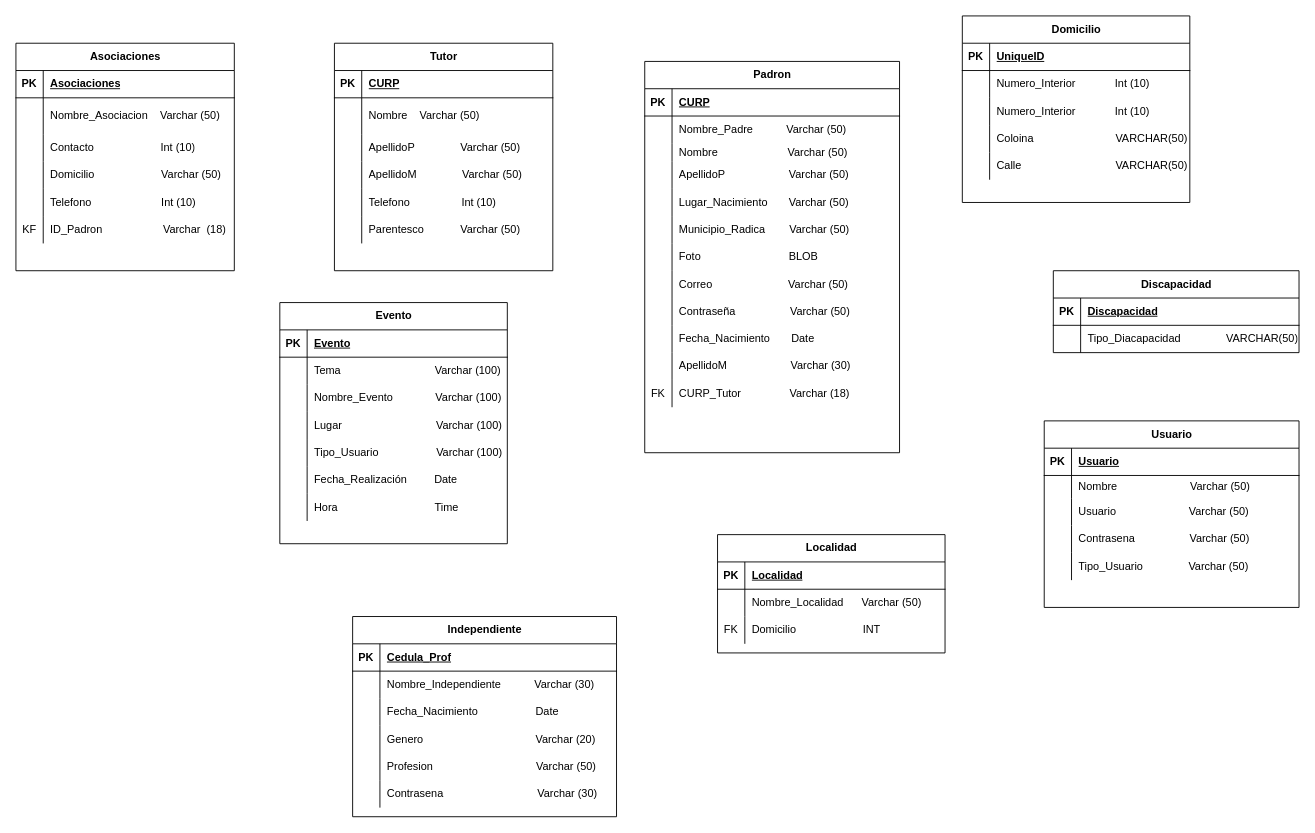
This is Relacional.drawio from OSCARCH2002/diagramas, a draw.io file, before an edit. Source tidied: cells renumbered, new cells numbered last; positions are measured from the earlier drawing's top-left corner, leaving out a move shared by most shapes. Both pictures are drawn from the tidied source at 91%, with x=0, y=0 at pixel (15, 15).
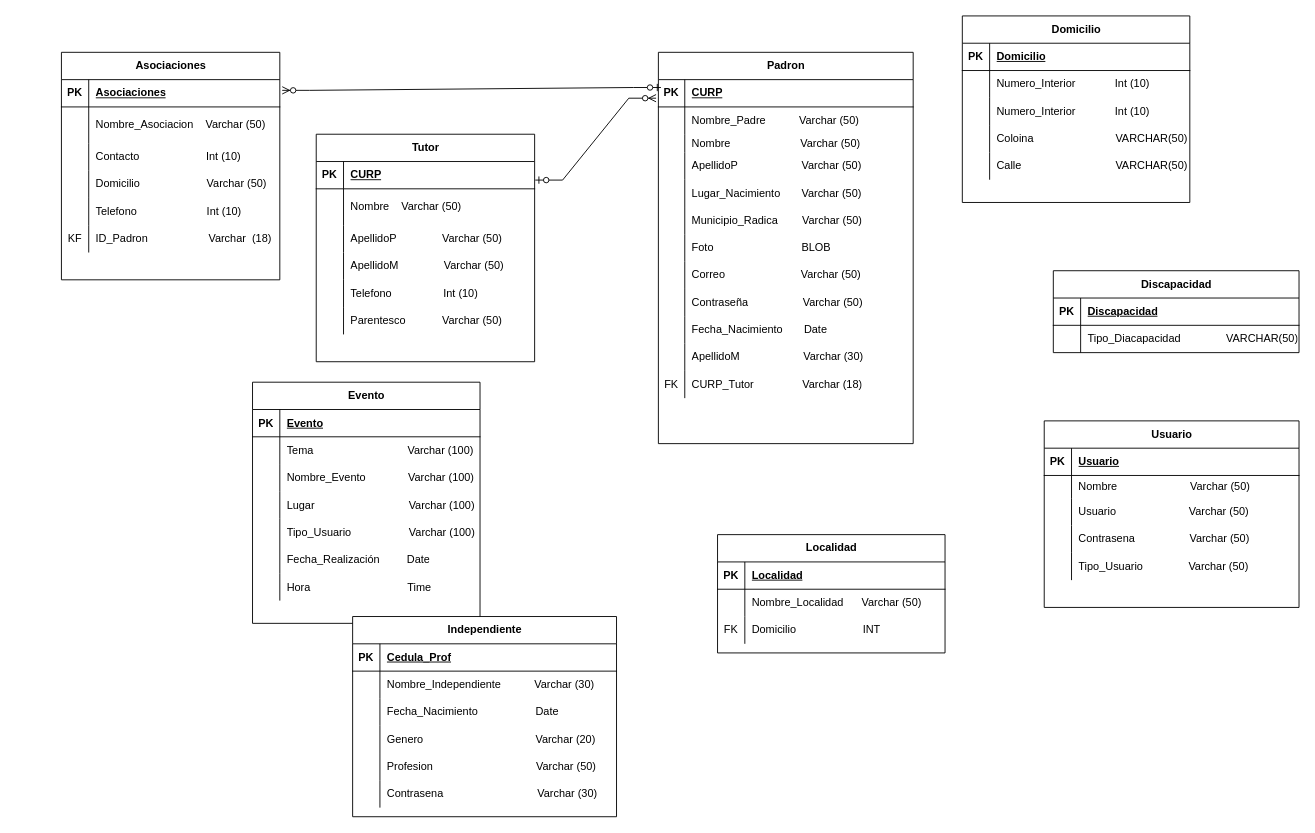
The same diagram, later.

The change refers to these unchanged cells:
```xml
<mxCell id="3" style="shape=tableRow;horizontal=0;startSize=0;swimlaneHead=0;swimlaneBody=0;fillColor=none;points=[[0,0.5],[1,0.5]];portConstraint=eastwest;top=0;left=0;right=0;bottom=1;" parent="2" vertex="1">
  <mxGeometry y="30" width="240" height="30" as="geometry" />
</mxCell>
<mxCell id="22" style="shape=tableRow;horizontal=0;startSize=0;swimlaneHead=0;swimlaneBody=0;fillColor=none;points=[[0,0.5],[1,0.5]];portConstraint=eastwest;top=0;left=0;right=0;bottom=1;" parent="21" vertex="1">
  <mxGeometry y="30" width="280" height="30" as="geometry" />
</mxCell>
<mxCell id="25" style="shape=tableRow;horizontal=0;startSize=0;swimlaneHead=0;swimlaneBody=0;fillColor=none;top=0;left=0;right=0;bottom=0;" parent="21" vertex="1">
  <mxGeometry y="60" width="280" height="30" as="geometry" />
</mxCell>
<mxCell id="28" style="shape=tableRow;horizontal=0;startSize=0;swimlaneHead=0;swimlaneBody=0;fillColor=none;top=0;left=0;right=0;bottom=0;" parent="21" vertex="1">
  <mxGeometry y="90" width="280" height="20" as="geometry" />
</mxCell>
<mxCell id="31" style="shape=tableRow;horizontal=0;startSize=0;swimlaneHead=0;swimlaneBody=0;fillColor=none;top=0;left=0;right=0;bottom=0;" parent="21" vertex="1">
  <mxGeometry y="110" width="280" height="30" as="geometry" />
</mxCell>
<mxCell id="34" style="shape=tableRow;horizontal=0;startSize=0;swimlaneHead=0;swimlaneBody=0;fillColor=none;top=0;left=0;right=0;bottom=0;" parent="21" vertex="1">
  <mxGeometry y="140" width="280" height="30" as="geometry" />
</mxCell>
<mxCell id="37" style="shape=tableRow;horizontal=0;startSize=0;swimlaneHead=0;swimlaneBody=0;fillColor=none;top=0;left=0;right=0;bottom=0;" parent="21" vertex="1">
  <mxGeometry y="170" width="280" height="30" as="geometry" />
</mxCell>
<mxCell id="40" style="shape=tableRow;horizontal=0;startSize=0;swimlaneHead=0;swimlaneBody=0;fillColor=none;top=0;left=0;right=0;bottom=0;" parent="21" vertex="1">
  <mxGeometry y="200" width="280" height="30" as="geometry" />
</mxCell>
<mxCell id="43" style="shape=tableRow;horizontal=0;startSize=0;swimlaneHead=0;swimlaneBody=0;fillColor=none;top=0;left=0;right=0;bottom=0;" parent="21" vertex="1">
  <mxGeometry y="230" width="280" height="30" as="geometry" />
</mxCell>
<mxCell id="46" style="shape=tableRow;horizontal=0;startSize=0;swimlaneHead=0;swimlaneBody=0;fillColor=none;top=0;left=0;right=0;bottom=0;" parent="21" vertex="1">
  <mxGeometry y="260" width="280" height="30" as="geometry" />
</mxCell>
<mxCell id="49" style="shape=tableRow;horizontal=0;startSize=0;swimlaneHead=0;swimlaneBody=0;fillColor=none;top=0;left=0;right=0;bottom=0;" parent="21" vertex="1">
  <mxGeometry y="290" width="280" height="30" as="geometry" />
</mxCell>
<mxCell id="52" style="shape=tableRow;horizontal=0;startSize=0;swimlaneHead=0;swimlaneBody=0;fillColor=none;top=0;left=0;right=0;bottom=0;" parent="21" vertex="1">
  <mxGeometry y="320" width="280" height="30" as="geometry" />
</mxCell>
<mxCell id="55" style="shape=tableRow;horizontal=0;startSize=0;swimlaneHead=0;swimlaneBody=0;fillColor=none;top=0;left=0;right=0;bottom=0;" parent="21" vertex="1">
  <mxGeometry y="350" width="280" height="30" as="geometry" />
</mxCell>
<mxCell id="67" style="shape=tableRow;horizontal=0;startSize=0;swimlaneHead=0;swimlaneBody=0;fillColor=none;top=0;left=0;right=0;bottom=1;" parent="66" vertex="1">
  <mxGeometry y="30" width="250" height="30" as="geometry" />
</mxCell>
<mxCell id="159" style="shape=tableRow;horizontal=0;startSize=0;swimlaneHead=0;swimlaneBody=0;fillColor=none;points=[[0,0.5],[1,0.5]];portConstraint=eastwest;top=0;left=0;right=0;bottom=1;" parent="158" vertex="1">
  <mxGeometry y="30" width="240" height="30" as="geometry" />
</mxCell>
```

What changed in the source:
```diff
@@
     <mxCell id="2" value="Asociaciones" style="shape=table;startSize=30;childLayout=tableLayout;rowLines=0;fontStyle=1;align=center;html=1;" parent="1" vertex="1">
-      <mxGeometry y="30" width="240" height="250" as="geometry" />
+      <mxGeometry x="50" y="40" width="240" height="250" as="geometry" />
     </mxCell>
@@
     <mxCell id="21" value="Padron" style="shape=table;startSize=30;childLayout=tableLayout;rowLines=0;fontStyle=1;align=center;html=1;" parent="1" vertex="1">
-      <mxGeometry x="691" y="50" width="280" height="430" as="geometry" />
+      <mxGeometry x="706" y="40" width="280" height="430" as="geometry" />
     </mxCell>
@@
     <mxCell id="23" value="PK" style="shape=partialRectangle;fillColor=none;top=0;left=0;bottom=0;right=0;fontStyle=1;overflow=hidden;whiteSpace=wrap;html=1;" parent="22" vertex="1">
-      <mxGeometry width="30" height="30" as="geometry" />
+      <mxGeometry width="29" height="30" as="geometry" />
     </mxCell>
     <mxCell id="24" value="CURP" style="shape=partialRectangle;fillColor=none;top=0;left=0;bottom=0;right=0;align=left;spacingLeft=6;fontStyle=5;overflow=hidden;whiteSpace=wrap;html=1;" parent="22" vertex="1">
-      <mxGeometry x="30" width="250" height="30" as="geometry" />
+      <mxGeometry x="29" width="251" height="30" as="geometry" />
     </mxCell>
@@
     <mxCell id="26" style="shape=partialRectangle;fillColor=none;top=0;left=0;bottom=0;right=0;overflow=hidden;whiteSpace=wrap;html=1;" parent="25" vertex="1">
-      <mxGeometry width="30" height="30" as="geometry" />
+      <mxGeometry width="29" height="30" as="geometry" />
     </mxCell>
     <mxCell id="27" value="Nombre_Padre&amp;nbsp; &amp;nbsp; &amp;nbsp; &amp;nbsp; &amp;nbsp; &amp;nbsp;Varchar (50)" style="shape=partialRectangle;fillColor=none;top=0;left=0;bottom=0;right=0;align=left;spacingLeft=6;overflow=hidden;whiteSpace=wrap;html=1;" parent="25" vertex="1">
-      <mxGeometry x="30" width="250" height="30" as="geometry" />
+      <mxGeometry x="29" width="251" height="30" as="geometry" />
     </mxCell>
@@
     <mxCell id="29" style="shape=partialRectangle;fillColor=none;top=0;left=0;bottom=0;right=0;overflow=hidden;whiteSpace=wrap;html=1;" parent="28" vertex="1">
-      <mxGeometry width="30" height="20" as="geometry" />
+      <mxGeometry width="29" height="20" as="geometry" />
     </mxCell>
     <mxCell id="30" value="Nombre&amp;nbsp; &amp;nbsp; &amp;nbsp; &amp;nbsp; &amp;nbsp; &amp;nbsp; &amp;nbsp; &amp;nbsp; &amp;nbsp; &amp;nbsp; &amp;nbsp; &amp;nbsp;Varchar (50)" style="shape=partialRectangle;fillColor=none;top=0;left=0;bottom=0;right=0;align=left;spacingLeft=6;overflow=hidden;whiteSpace=wrap;html=1;" parent="28" vertex="1">
-      <mxGeometry x="30" width="250" height="20" as="geometry" />
+      <mxGeometry x="29" width="251" height="20" as="geometry" />
     </mxCell>
@@
     <mxCell id="32" style="shape=partialRectangle;fillColor=none;top=0;left=0;bottom=0;right=0;overflow=hidden;whiteSpace=wrap;html=1;" parent="31" vertex="1">
-      <mxGeometry width="30" height="30" as="geometry" />
+      <mxGeometry width="29" height="30" as="geometry" />
     </mxCell>
     <mxCell id="33" value="ApellidoP&amp;nbsp; &amp;nbsp; &amp;nbsp; &amp;nbsp; &amp;nbsp; &amp;nbsp; &amp;nbsp; &amp;nbsp; &amp;nbsp; &amp;nbsp; &amp;nbsp;Varchar (50)" style="shape=partialRectangle;fillColor=none;top=0;left=0;bottom=0;right=0;align=left;spacingLeft=6;overflow=hidden;whiteSpace=wrap;html=1;" parent="31" vertex="1">
-      <mxGeometry x="30" width="250" height="30" as="geometry" />
+      <mxGeometry x="29" width="251" height="30" as="geometry" />
     </mxCell>
@@
     <mxCell id="35" style="shape=partialRectangle;fillColor=none;top=0;left=0;bottom=0;right=0;overflow=hidden;whiteSpace=wrap;html=1;" parent="34" vertex="1">
-      <mxGeometry width="30" height="30" as="geometry" />
+      <mxGeometry width="29" height="30" as="geometry" />
     </mxCell>
     <mxCell id="36" value="Lugar_Nacimiento&amp;nbsp; &amp;nbsp; &amp;nbsp; &amp;nbsp;Varchar (50)" style="shape=partialRectangle;fillColor=none;top=0;left=0;bottom=0;right=0;align=left;spacingLeft=6;overflow=hidden;whiteSpace=wrap;html=1;" parent="34" vertex="1">
-      <mxGeometry x="30" width="250" height="30" as="geometry" />
+      <mxGeometry x="29" width="251" height="30" as="geometry" />
     </mxCell>
@@
     <mxCell id="38" style="shape=partialRectangle;fillColor=none;top=0;left=0;bottom=0;right=0;overflow=hidden;whiteSpace=wrap;html=1;" parent="37" vertex="1">
-      <mxGeometry width="30" height="30" as="geometry" />
+      <mxGeometry width="29" height="30" as="geometry" />
     </mxCell>
     <mxCell id="39" value="Municipio_Radica&amp;nbsp; &amp;nbsp; &amp;nbsp; &amp;nbsp; Varchar (50)" style="shape=partialRectangle;fillColor=none;top=0;left=0;bottom=0;right=0;align=left;spacingLeft=6;overflow=hidden;whiteSpace=wrap;html=1;" parent="37" vertex="1">
-      <mxGeometry x="30" width="250" height="30" as="geometry" />
+      <mxGeometry x="29" width="251" height="30" as="geometry" />
     </mxCell>
@@
     <mxCell id="41" style="shape=partialRectangle;fillColor=none;top=0;left=0;bottom=0;right=0;overflow=hidden;whiteSpace=wrap;html=1;" parent="40" vertex="1">
-      <mxGeometry width="30" height="30" as="geometry" />
+      <mxGeometry width="29" height="30" as="geometry" />
     </mxCell>
     <mxCell id="42" value="Foto&amp;nbsp; &amp;nbsp; &amp;nbsp; &amp;nbsp; &amp;nbsp; &amp;nbsp; &amp;nbsp; &amp;nbsp; &amp;nbsp; &amp;nbsp; &amp;nbsp; &amp;nbsp; &amp;nbsp; &amp;nbsp; &amp;nbsp;BLOB" style="shape=partialRectangle;fillColor=none;top=0;left=0;bottom=0;right=0;align=left;spacingLeft=6;overflow=hidden;whiteSpace=wrap;html=1;" parent="40" vertex="1">
-      <mxGeometry x="30" width="250" height="30" as="geometry" />
+      <mxGeometry x="29" width="251" height="30" as="geometry" />
     </mxCell>
@@
     <mxCell id="44" style="shape=partialRectangle;fillColor=none;top=0;left=0;bottom=0;right=0;overflow=hidden;whiteSpace=wrap;html=1;" parent="43" vertex="1">
-      <mxGeometry width="30" height="30" as="geometry" />
+      <mxGeometry width="29" height="30" as="geometry" />
     </mxCell>
     <mxCell id="45" value="Correo&amp;nbsp; &amp;nbsp; &amp;nbsp; &amp;nbsp; &amp;nbsp; &amp;nbsp; &amp;nbsp; &amp;nbsp; &amp;nbsp; &amp;nbsp; &amp;nbsp; &amp;nbsp; &amp;nbsp;Varchar (50)" style="shape=partialRectangle;fillColor=none;top=0;left=0;bottom=0;right=0;align=left;spacingLeft=6;overflow=hidden;whiteSpace=wrap;html=1;" parent="43" vertex="1">
-      <mxGeometry x="30" width="250" height="30" as="geometry" />
+      <mxGeometry x="29" width="251" height="30" as="geometry" />
     </mxCell>
@@
     <mxCell id="47" style="shape=partialRectangle;fillColor=none;top=0;left=0;bottom=0;right=0;overflow=hidden;whiteSpace=wrap;html=1;" parent="46" vertex="1">
-      <mxGeometry width="30" height="30" as="geometry" />
+      <mxGeometry width="29" height="30" as="geometry" />
     </mxCell>
     <mxCell id="48" value="Contraseña&amp;nbsp; &amp;nbsp; &amp;nbsp; &amp;nbsp; &amp;nbsp; &amp;nbsp; &amp;nbsp; &amp;nbsp; &amp;nbsp; Varchar (50)" style="shape=partialRectangle;fillColor=none;top=0;left=0;bottom=0;right=0;align=left;spacingLeft=6;overflow=hidden;whiteSpace=wrap;html=1;" parent="46" vertex="1">
-      <mxGeometry x="30" width="250" height="30" as="geometry" />
+      <mxGeometry x="29" width="251" height="30" as="geometry" />
     </mxCell>
@@
     <mxCell id="50" style="shape=partialRectangle;fillColor=none;top=0;left=0;bottom=0;right=0;overflow=hidden;whiteSpace=wrap;html=1;" parent="49" vertex="1">
-      <mxGeometry width="30" height="30" as="geometry" />
+      <mxGeometry width="29" height="30" as="geometry" />
     </mxCell>
     <mxCell id="51" value="Fecha_Nacimiento&amp;nbsp; &amp;nbsp; &amp;nbsp; &amp;nbsp;Date" style="shape=partialRectangle;fillColor=none;top=0;left=0;bottom=0;right=0;align=left;spacingLeft=6;overflow=hidden;whiteSpace=wrap;html=1;" parent="49" vertex="1">
-      <mxGeometry x="30" width="250" height="30" as="geometry" />
+      <mxGeometry x="29" width="251" height="30" as="geometry" />
     </mxCell>
@@
     <mxCell id="53" style="shape=partialRectangle;fillColor=none;top=0;left=0;bottom=0;right=0;overflow=hidden;whiteSpace=wrap;html=1;" parent="52" vertex="1">
-      <mxGeometry width="30" height="30" as="geometry" />
+      <mxGeometry width="29" height="30" as="geometry" />
     </mxCell>
     <mxCell id="54" value="ApellidoM&amp;nbsp; &amp;nbsp; &amp;nbsp; &amp;nbsp; &amp;nbsp; &amp;nbsp; &amp;nbsp; &amp;nbsp; &amp;nbsp; &amp;nbsp; &amp;nbsp;Varchar (30)" style="shape=partialRectangle;fillColor=none;top=0;left=0;bottom=0;right=0;align=left;spacingLeft=6;overflow=hidden;whiteSpace=wrap;html=1;" parent="52" vertex="1">
-      <mxGeometry x="30" width="250" height="30" as="geometry" />
+      <mxGeometry x="29" width="251" height="30" as="geometry" />
     </mxCell>
@@
     <mxCell id="56" value="FK" style="shape=partialRectangle;fillColor=none;top=0;left=0;bottom=0;right=0;overflow=hidden;whiteSpace=wrap;html=1;" parent="55" vertex="1">
-      <mxGeometry width="30" height="30" as="geometry" />
+      <mxGeometry width="29" height="30" as="geometry" />
     </mxCell>
     <mxCell id="57" value="CURP_Tutor&amp;nbsp; &amp;nbsp; &amp;nbsp; &amp;nbsp; &amp;nbsp; &amp;nbsp; &amp;nbsp; &amp;nbsp; Varchar (18)" style="shape=partialRectangle;fillColor=none;top=0;left=0;bottom=0;right=0;align=left;spacingLeft=6;overflow=hidden;whiteSpace=wrap;html=1;" parent="55" vertex="1">
-      <mxGeometry x="30" width="250" height="30" as="geometry" />
+      <mxGeometry x="29" width="251" height="30" as="geometry" />
     </mxCell>
@@
-    <mxCell id="69" value="UniqueID" style="shape=partialRectangle;fillColor=none;top=0;left=0;bottom=0;right=0;align=left;spacingLeft=6;fontStyle=5;overflow=hidden;whiteSpace=wrap;html=1;" parent="67" vertex="1">
+    <mxCell id="69" value="Domicilio" style="shape=partialRectangle;fillColor=none;top=0;left=0;bottom=0;right=0;align=left;spacingLeft=6;fontStyle=5;overflow=hidden;whiteSpace=wrap;html=1;" parent="67" vertex="1">
       <mxGeometry x="30" width="220" height="30" as="geometry" />
     </mxCell>
@@
     <mxCell id="110" value="Evento" style="shape=table;startSize=30;childLayout=tableLayout;rowLines=0;fontStyle=1;align=center;html=1;" parent="1" vertex="1">
-      <mxGeometry x="290" y="315" width="250" height="265" as="geometry" />
+      <mxGeometry x="260" y="402.5" width="250" height="265" as="geometry" />
     </mxCell>
@@
-    <mxCell id="157" style="shape=partialRectangle;fillColor=none;top=0;left=0;bottom=0;right=0;align=left;spacingLeft=6;overflow=hidden;whiteSpace=wrap;html=1;" parent="1" vertex="1">
-      <mxGeometry x="540" y="530" width="150" height="30" as="geometry" />
-    </mxCell>
     <mxCell id="158" value="Tutor" style="shape=table;startSize=30;childLayout=tableLayout;rowLines=0;fontStyle=1;align=center;html=1;" parent="1" vertex="1">
-      <mxGeometry x="350" y="30" width="240" height="250" as="geometry" />
+      <mxGeometry x="330" y="130" width="240" height="250" as="geometry" />
     </mxCell>
@@
+    <mxCell id="177" style="edgeStyle=entityRelationEdgeStyle;fontSize=12;html=1;endArrow=ERzeroToMany;startArrow=ERzeroToOne;rounded=0;exitX=1.003;exitY=0.68;exitDx=0;exitDy=0;entryX=-0.009;entryY=0.68;entryDx=0;entryDy=0;entryPerimeter=0;exitPerimeter=0;" parent="1" edge="1" source="159" target="22">
+      <mxGeometry relative="1" as="geometry">
+        <Array as="points">
+          <mxPoint x="619" y="325" />
+          <mxPoint x="589" y="370" />
+          <mxPoint x="629" y="250" />
+          <mxPoint x="619" y="270" />
+          <mxPoint x="629" y="310" />
+        </Array>
+      </mxGeometry>
+    </mxCell>
+    <mxCell id="178" style="edgeStyle=entityRelationEdgeStyle;fontSize=12;html=1;endArrow=ERzeroToMany;startArrow=ERzeroToOne;rounded=0;exitX=0.01;exitY=0.289;exitDx=0;exitDy=0;exitPerimeter=0;entryX=1.011;entryY=0.393;entryDx=0;entryDy=0;entryPerimeter=0;" parent="1" edge="1" source="22" target="3">
+      <mxGeometry relative="1" as="geometry">
+        <Array as="points">
+          <mxPoint x="490" y="80" />
+          <mxPoint x="510" y="-20" />
+          <mxPoint x="310" y="80" />
+          <mxPoint x="510" y="10" />
+          <mxPoint x="500" y="60" />
+          <mxPoint x="490" y="70" />
+        </Array>
+      </mxGeometry>
+    </mxCell>
```
